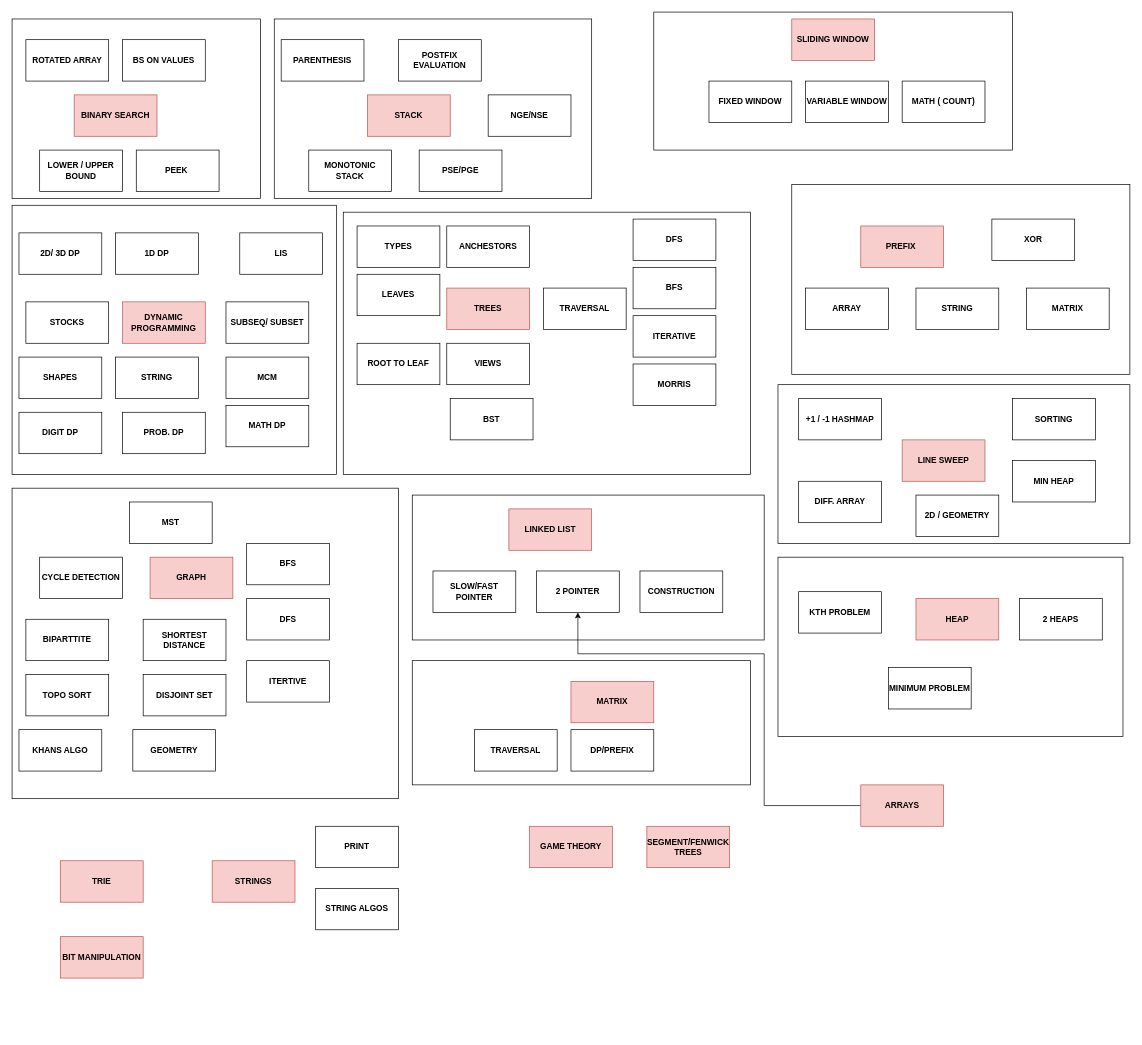
Earlier version of the draw.io diagram coding map.drawio (Dhamodharan17/problem-solving-python). Source tidied: cells renumbered, new cells numbered last; positions are measured from the earlier drawing's top-left corner, leaving out a move shared by most shapes. Both pictures are drawn from the tidied source at 69%, with x=0, y=0 at pixel (12, 12).
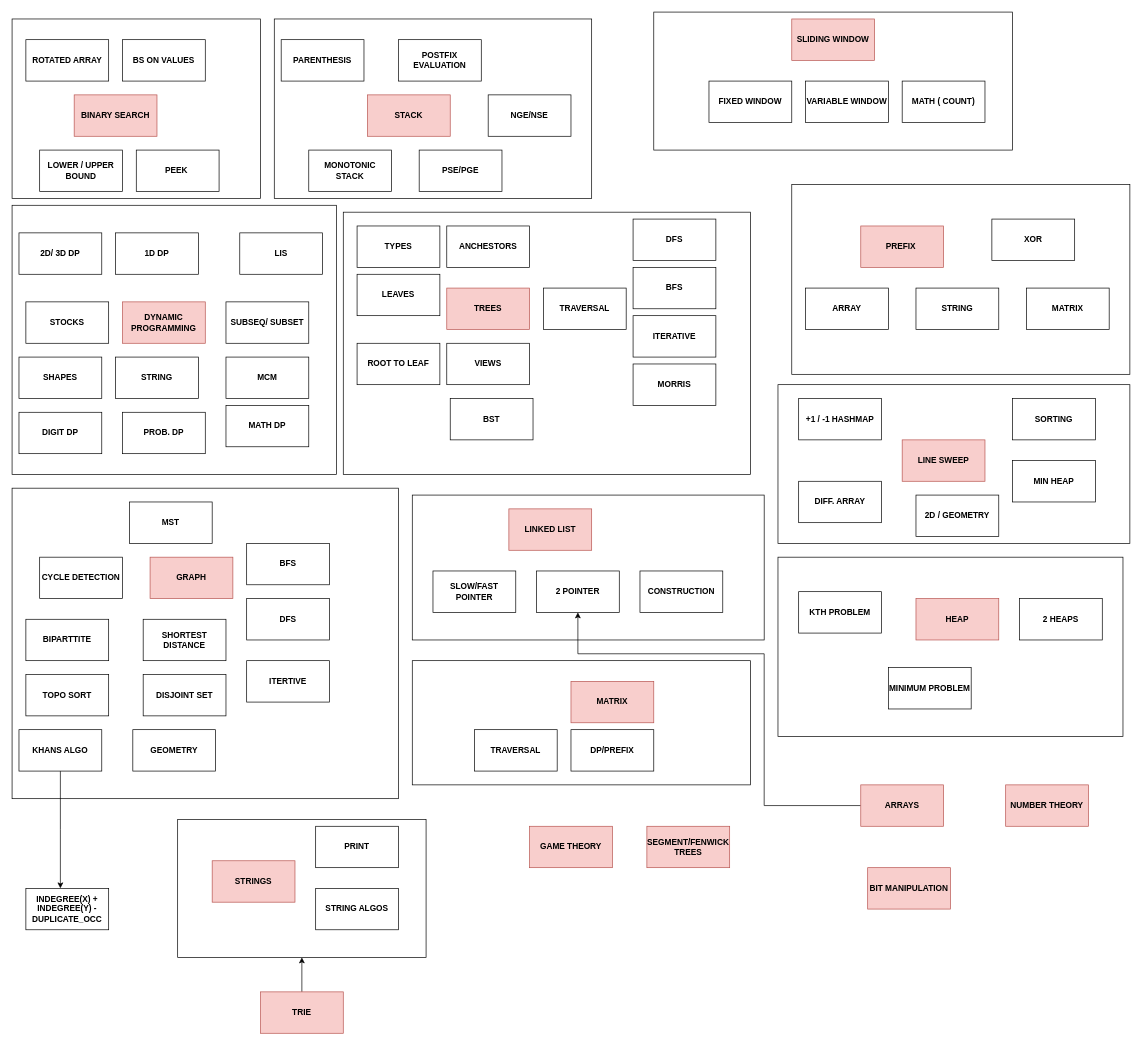
Above is the later version.

The change refers to these unchanged cells:
```xml
<mxCell id="102" value="&lt;b&gt;KHANS ALGO&lt;/b&gt;" style="rounded=0;whiteSpace=wrap;html=1;" parent="1" vertex="1">
  <mxGeometry x="10" y="1040" width="120" height="60" as="geometry" />
</mxCell>
```

What changed in the source:
```diff
@@
+    <mxCell id="121" style="edgeStyle=orthogonalEdgeStyle;rounded=0;jettySize=auto;html=1;" parent="1" edge="1" source="102">
+      <mxGeometry relative="1" as="geometry">
+        <mxPoint x="70" y="1270" as="targetPoint" />
+      </mxGeometry>
+    </mxCell>
@@
+    <mxCell id="122" style="edgeStyle=orthogonalEdgeStyle;rounded=0;jettySize=auto;html=1;" parent="1" edge="1" source="103" target="123">
+      <mxGeometry relative="1" as="geometry" />
+    </mxCell>
     <mxCell id="103" value="&lt;b&gt;TRIE&lt;/b&gt;" style="rounded=0;whiteSpace=wrap;html=1;fillColor=#f8cecc;strokeColor=#b85450;" parent="1" vertex="1">
-      <mxGeometry x="70" y="1230" width="120" height="60" as="geometry" />
+      <mxGeometry x="360" y="1420" width="120" height="60" as="geometry" />
     </mxCell>
@@
     <mxCell id="105" value="&lt;b&gt;BIT MANIPULATION&lt;/b&gt;" style="rounded=0;whiteSpace=wrap;html=1;fillColor=#f8cecc;strokeColor=#b85450;" parent="1" vertex="1">
-      <mxGeometry x="70" y="1340" width="120" height="60" as="geometry" />
+      <mxGeometry x="1240" y="1240" width="120" height="60" as="geometry" />
     </mxCell>
@@
+    <mxCell id="123" style="rounded=0;whiteSpace=wrap;html=1;fillColor=none;" parent="1" vertex="1">
+      <mxGeometry x="240" y="1170" width="360" height="200" as="geometry" />
+    </mxCell>
+    <mxCell id="124" value="&lt;b&gt;NUMBER THEORY&lt;/b&gt;" style="rounded=0;whiteSpace=wrap;html=1;fillColor=#f8cecc;strokeColor=#b85450;" parent="1" vertex="1">
+      <mxGeometry x="1440" y="1120" width="120" height="60" as="geometry" />
+    </mxCell>
+    <mxCell id="125" value="&lt;b&gt;INDEGREE(X) + INDEGREE(Y) - DUPLICATE_OCC&lt;/b&gt;" style="rounded=0;whiteSpace=wrap;html=1;" parent="1" vertex="1">
+      <mxGeometry x="20" y="1270" width="120" height="60" as="geometry" />
+    </mxCell>
```
